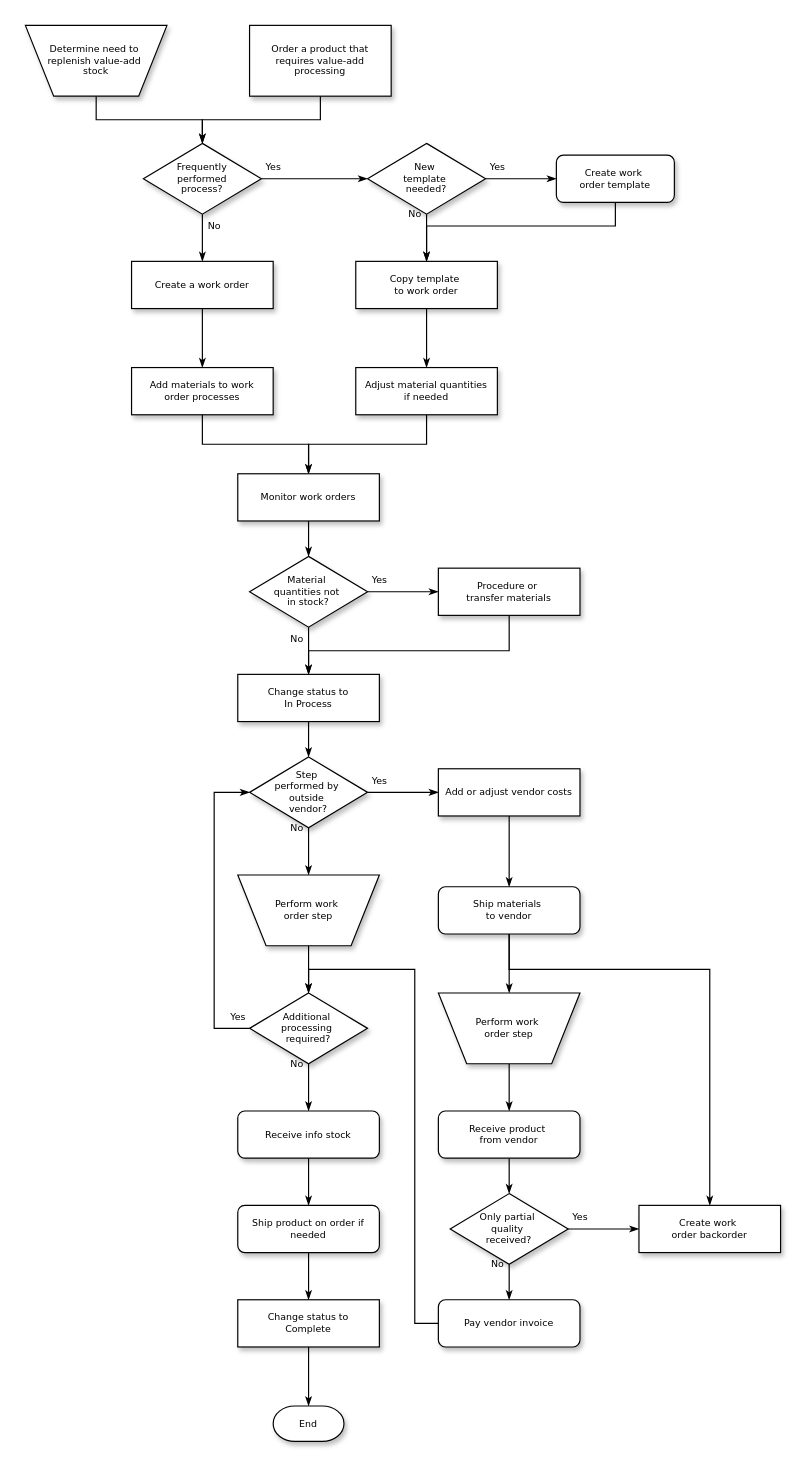
This is Диаграмма без названия.drawio from zakharov-dy/diagrams, a draw.io file, before an edit. Source tidied: cells renumbered, new cells numbered last; positions are measured from the earlier drawing's top-left corner, leaving out a move shared by most shapes. Both pictures are drawn from the tidied source at 118%, with x=0, y=0 at pixel (25, 25).
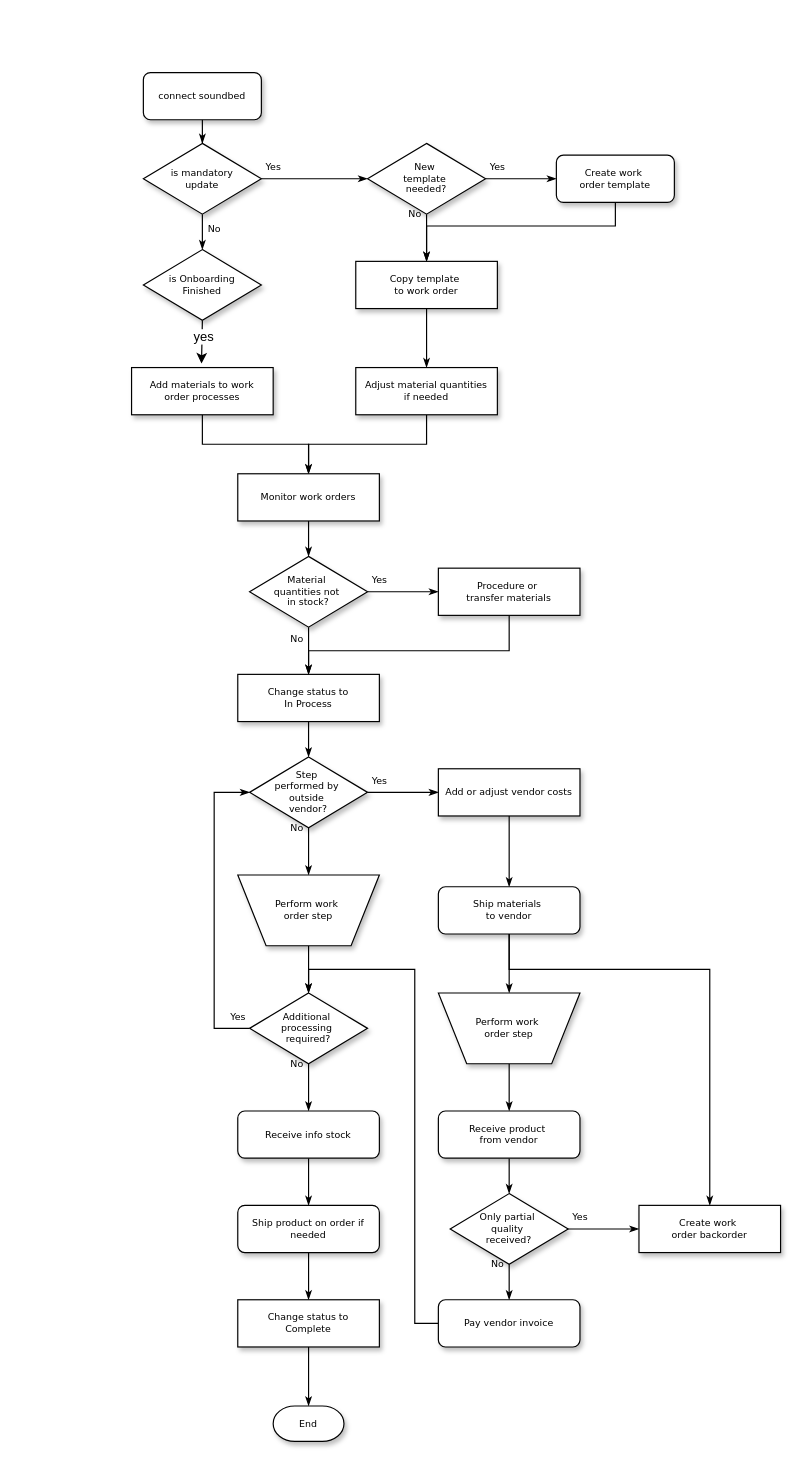
After the change.

The change refers to these unchanged cells:
```xml
<mxCell id="19" value="Add materials to work order processes" style="whiteSpace=wrap;html=1;rounded=0;shadow=1;labelBackgroundColor=none;strokeWidth=1;fontFamily=Verdana;fontSize=8;align=center;spacing=6;" parent="1" vertex="1">
  <mxGeometry x="90" y="290" width="120" height="40" as="geometry" />
</mxCell>
```

Change to the diagram source:
```diff
@@
-    <mxCell id="2" style="edgeStyle=orthogonalEdgeStyle;rounded=0;html=1;labelBackgroundColor=none;startSize=5;endArrow=classicThin;endFill=1;endSize=5;jettySize=auto;strokeWidth=1;fontFamily=Verdana;fontSize=8;" parent="1" edge="1" source="3" target="8">
-      <mxGeometry relative="1" as="geometry" />
-    </mxCell>
-    <mxCell id="3" value="Determine need to&amp;nbsp;&lt;div&gt;replenish value-add&amp;nbsp;&lt;/div&gt;&lt;div&gt;stock&lt;/div&gt;" style="shape=trapezoid;whiteSpace=wrap;html=1;rounded=0;shadow=1;labelBackgroundColor=none;strokeWidth=1;fontFamily=Verdana;fontSize=8;align=center;flipV=1;" parent="1" vertex="1">
-      <mxGeometry width="120" height="60" as="geometry" />
-    </mxCell>
-    <mxCell id="4" style="edgeStyle=orthogonalEdgeStyle;rounded=0;html=1;labelBackgroundColor=none;startSize=5;endArrow=classicThin;endFill=1;endSize=5;jettySize=auto;strokeWidth=1;fontFamily=Verdana;fontSize=8;" parent="1" edge="1" source="5" target="8">
+    <mxCell id="4" style="edgeStyle=orthogonalEdgeStyle;rounded=0;html=1;labelBackgroundColor=none;startSize=5;endArrow=classicThin;endFill=1;endSize=5;jettySize=auto;strokeWidth=1;fontFamily=Verdana;fontSize=8;exitX=0.5;exitY=1;exitDx=0;exitDy=0;" parent="1" edge="1" source="61" target="8">
       <mxGeometry relative="1" as="geometry" />
     </mxCell>
-    <mxCell id="5" value="Order a product that&lt;div&gt;requires value-add processing&lt;/div&gt;" style="rounded=0;whiteSpace=wrap;html=1;shadow=1;labelBackgroundColor=none;strokeWidth=1;fontFamily=Verdana;fontSize=8;align=center;" parent="1" vertex="1">
-      <mxGeometry x="190" width="120" height="60" as="geometry" />
-    </mxCell>
@@
-    <mxCell id="7" value="No" style="edgeStyle=orthogonalEdgeStyle;rounded=0;html=1;labelBackgroundColor=none;startSize=5;endArrow=classicThin;endFill=1;endSize=5;jettySize=auto;strokeWidth=1;fontFamily=Verdana;fontSize=8;" parent="1" edge="1" source="8" target="15">
+    <mxCell id="7" value="No" style="edgeStyle=orthogonalEdgeStyle;rounded=0;html=1;labelBackgroundColor=none;startSize=5;endArrow=classicThin;endFill=1;endSize=5;jettySize=auto;strokeWidth=1;fontFamily=Verdana;fontSize=8;entryX=0.5;entryY=0;entryDx=0;entryDy=0;" parent="1" edge="1" source="8" target="64">
       <mxGeometry x="-0.5" y="10" relative="1" as="geometry" />
     </mxCell>
-    <mxCell id="8" value="Frequently&lt;div&gt;performed&lt;/div&gt;&lt;div&gt;process?&lt;/div&gt;" style="rhombus;whiteSpace=wrap;html=1;rounded=0;shadow=1;labelBackgroundColor=none;strokeWidth=1;fontFamily=Verdana;fontSize=8;align=center;" parent="1" vertex="1">
+    <mxCell id="8" value="is mandatory &lt;br&gt;update" style="rhombus;whiteSpace=wrap;html=1;rounded=0;shadow=1;labelBackgroundColor=none;strokeWidth=1;fontFamily=Verdana;fontSize=8;align=center;" parent="1" vertex="1">
       <mxGeometry x="100" y="100" width="100" height="60" as="geometry" />
     </mxCell>
@@
-    <mxCell id="14" style="edgeStyle=orthogonalEdgeStyle;rounded=0;html=1;labelBackgroundColor=none;startSize=5;endArrow=classicThin;endFill=1;endSize=5;jettySize=auto;strokeWidth=1;fontFamily=Verdana;fontSize=8;" parent="1" edge="1" source="15" target="19">
-      <mxGeometry relative="1" as="geometry" />
-    </mxCell>
-    <mxCell id="15" value="Create a work order" style="whiteSpace=wrap;html=1;rounded=0;shadow=1;labelBackgroundColor=none;strokeWidth=1;fontFamily=Verdana;fontSize=8;align=center;" parent="1" vertex="1">
-      <mxGeometry x="90" y="200" width="120" height="40" as="geometry" />
-    </mxCell>
@@
+    <mxCell id="61" value="connect soundbed" style="rounded=1;whiteSpace=wrap;html=1;shadow=1;labelBackgroundColor=none;strokeWidth=1;fontFamily=Verdana;fontSize=8;align=center;" parent="1" vertex="1">
+      <mxGeometry x="100" y="40" width="100" height="40" as="geometry" />
+    </mxCell>
+    <mxCell id="62" style="edgeStyle=orthogonalEdgeStyle;rounded=0;jettySize=auto;html=1;exitX=0.5;exitY=1;exitDx=0;exitDy=0;entryX=0.494;entryY=-0.084;entryDx=0;entryDy=0;entryPerimeter=0;" parent="1" edge="1" source="64" target="19">
+      <mxGeometry relative="1" as="geometry" />
+    </mxCell>
+    <mxCell id="63" value="yes" style="edgeLabel;html=1;align=center;verticalAlign=middle;" parent="62" vertex="1">
+      <mxGeometry x="-0.28" y="1" relative="1" as="geometry" />
+    </mxCell>
+    <mxCell id="64" value="is Onboarding &lt;br&gt;Finished" style="rhombus;whiteSpace=wrap;html=1;rounded=0;shadow=1;labelBackgroundColor=none;strokeWidth=1;fontFamily=Verdana;fontSize=8;align=center;" parent="1" vertex="1">
+      <mxGeometry x="100" y="190" width="100" height="60" as="geometry" />
+    </mxCell>
```
